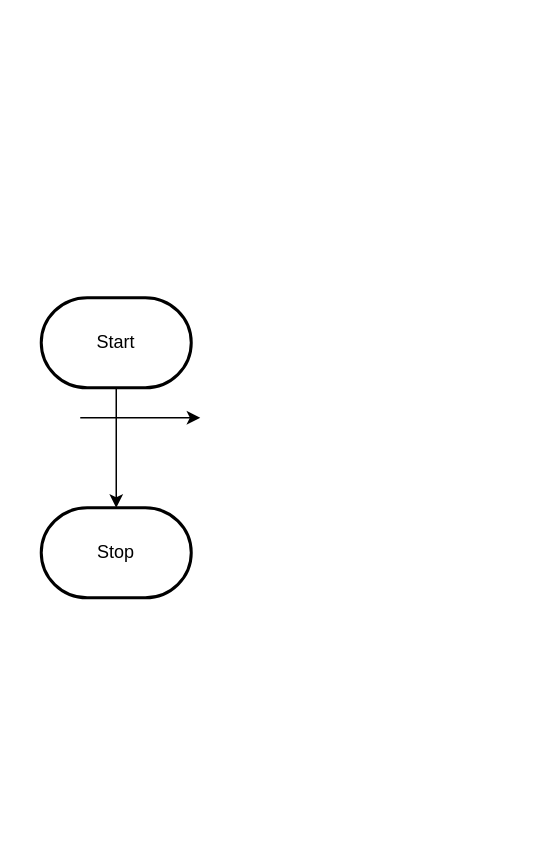
Olivia-Boyce-Richardson/ICS2O-Final-Project-Group14 keeps this draw.io diagram as design/flowchart.drawio. Above is the earlier version. Source tidied: cells renumbered, new cells numbered last; positions are measured from the earlier drawing's top-left corner, leaving out a move shared by most shapes. Both pictures are drawn from the tidied source at 150%, with x=0, y=0 at pixel (40, 297).
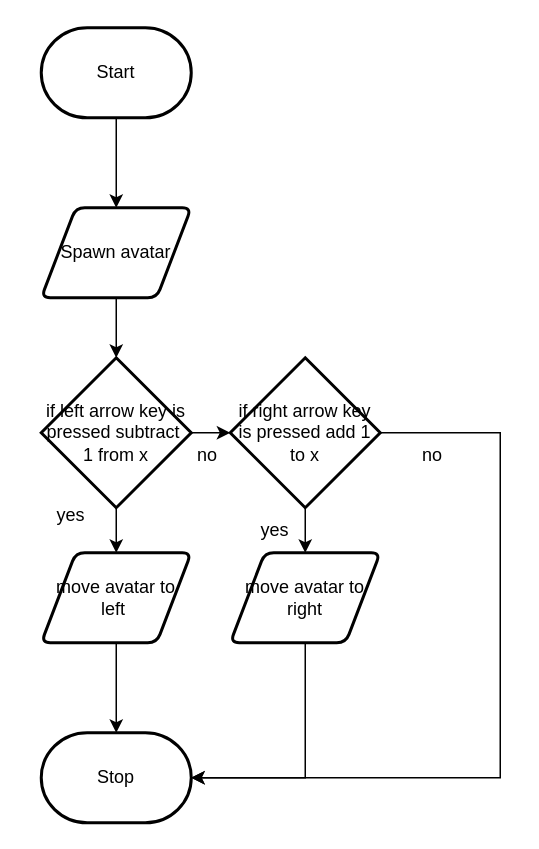
Above is the later version.

Diff of the diagram source:
```diff
@@
-    <mxCell id="2" style="edgeStyle=orthogonalEdgeStyle;html=1;rounded=0;" parent="1" edge="1" source="3" target="4">
-      <mxGeometry relative="1" as="geometry" />
-    </mxCell>
+    <mxCell id="6" style="edgeStyle=none;html=1;" parent="1" edge="1" source="3" target="8">
+      <mxGeometry relative="1" as="geometry" />
+    </mxCell>
     <mxCell id="3" value="Start" style="strokeWidth=2;html=1;shape=mxgraph.flowchart.terminator;whiteSpace=wrap;" parent="1" vertex="1">
-      <mxGeometry width="100" height="60" as="geometry" />
+      <mxGeometry y="-180" width="100" height="60" as="geometry" />
     </mxCell>
     <mxCell id="4" value="Stop" style="strokeWidth=2;html=1;shape=mxgraph.flowchart.terminator;whiteSpace=wrap;" parent="1" vertex="1">
-      <mxGeometry y="140" width="100" height="60" as="geometry" />
+      <mxGeometry y="290" width="100" height="60" as="geometry" />
     </mxCell>
-    <mxCell id="5" style="edgeStyle=none;orthogonalLoop=1;jettySize=auto;html=1;" parent="1" edge="1">
-      <mxGeometry relative="1" as="geometry">
-        <mxPoint x="26" y="80" as="sourcePoint" />
-        <mxPoint x="106" y="80" as="targetPoint" />
-      </mxGeometry>
-    </mxCell>
+    <mxCell id="7" style="edgeStyle=none;html=1;" parent="1" edge="1" source="8" target="11">
+      <mxGeometry relative="1" as="geometry" />
+    </mxCell>
+    <mxCell id="8" value="Spawn avatar" style="shape=parallelogram;html=1;strokeWidth=2;perimeter=parallelogramPerimeter;whiteSpace=wrap;rounded=1;arcSize=12;size=0.23;" parent="1" vertex="1">
+      <mxGeometry y="-60" width="100" height="60" as="geometry" />
+    </mxCell>
+    <mxCell id="9" style="edgeStyle=none;rounded=0;html=1;" parent="1" edge="1" source="11" target="16">
+      <mxGeometry relative="1" as="geometry" />
+    </mxCell>
+    <mxCell id="10" style="edgeStyle=none;rounded=0;html=1;" parent="1" edge="1" source="11" target="14">
+      <mxGeometry relative="1" as="geometry" />
+    </mxCell>
+    <mxCell id="11" value="if left arrow key is pressed subtract&amp;nbsp; 1 from x" style="strokeWidth=2;html=1;shape=mxgraph.flowchart.decision;whiteSpace=wrap;" parent="1" vertex="1">
+      <mxGeometry y="40" width="100" height="100" as="geometry" />
+    </mxCell>
+    <mxCell id="12" style="edgeStyle=none;rounded=0;html=1;" parent="1" edge="1" source="14" target="18">
+      <mxGeometry relative="1" as="geometry" />
+    </mxCell>
+    <mxCell id="13" style="edgeStyle=none;rounded=0;html=1;exitX=1;exitY=0.5;exitDx=0;exitDy=0;exitPerimeter=0;entryX=1;entryY=0.5;entryDx=0;entryDy=0;entryPerimeter=0;" parent="1" edge="1" source="14" target="4">
+      <mxGeometry relative="1" as="geometry">
+        <Array as="points">
+          <mxPoint x="306" y="90" />
+          <mxPoint x="306" y="320" />
+        </Array>
+      </mxGeometry>
+    </mxCell>
+    <mxCell id="14" value="if right arrow key is pressed add 1 to x" style="strokeWidth=2;html=1;shape=mxgraph.flowchart.decision;whiteSpace=wrap;" parent="1" vertex="1">
+      <mxGeometry x="126" y="40" width="100" height="100" as="geometry" />
+    </mxCell>
+    <mxCell id="15" style="edgeStyle=none;rounded=0;html=1;" parent="1" edge="1" source="16" target="4">
+      <mxGeometry relative="1" as="geometry" />
+    </mxCell>
+    <mxCell id="16" value="move avatar to left&amp;nbsp;" style="shape=parallelogram;html=1;strokeWidth=2;perimeter=parallelogramPerimeter;whiteSpace=wrap;rounded=1;arcSize=12;size=0.23;" parent="1" vertex="1">
+      <mxGeometry y="170" width="100" height="60" as="geometry" />
+    </mxCell>
+    <mxCell id="17" style="edgeStyle=none;rounded=0;html=1;exitX=0.5;exitY=1;exitDx=0;exitDy=0;entryX=1;entryY=0.5;entryDx=0;entryDy=0;entryPerimeter=0;" parent="1" edge="1" source="18" target="4">
+      <mxGeometry relative="1" as="geometry">
+        <Array as="points">
+          <mxPoint x="176" y="320" />
+        </Array>
+      </mxGeometry>
+    </mxCell>
+    <mxCell id="18" value="move avatar to right" style="shape=parallelogram;html=1;strokeWidth=2;perimeter=parallelogramPerimeter;whiteSpace=wrap;rounded=1;arcSize=12;size=0.23;" parent="1" vertex="1">
+      <mxGeometry x="126" y="170" width="100" height="60" as="geometry" />
+    </mxCell>
+    <mxCell id="19" value="yes" style="text;html=1;strokeColor=none;fillColor=none;align=center;verticalAlign=middle;whiteSpace=wrap;rounded=0;" parent="1" vertex="1">
+      <mxGeometry x="-10" y="130" width="60" height="30" as="geometry" />
+    </mxCell>
+    <mxCell id="20" value="no" style="text;html=1;strokeColor=none;fillColor=none;align=center;verticalAlign=middle;whiteSpace=wrap;rounded=0;" parent="1" vertex="1">
+      <mxGeometry x="96" y="90" width="30" height="30" as="geometry" />
+    </mxCell>
+    <mxCell id="21" value="yes" style="text;html=1;strokeColor=none;fillColor=none;align=center;verticalAlign=middle;whiteSpace=wrap;rounded=0;" parent="1" vertex="1">
+      <mxGeometry x="126" y="140" width="60" height="30" as="geometry" />
+    </mxCell>
+    <mxCell id="22" value="no" style="text;html=1;strokeColor=none;fillColor=none;align=center;verticalAlign=middle;whiteSpace=wrap;rounded=0;" parent="1" vertex="1">
+      <mxGeometry x="246" y="90" width="30" height="30" as="geometry" />
+    </mxCell>
```
